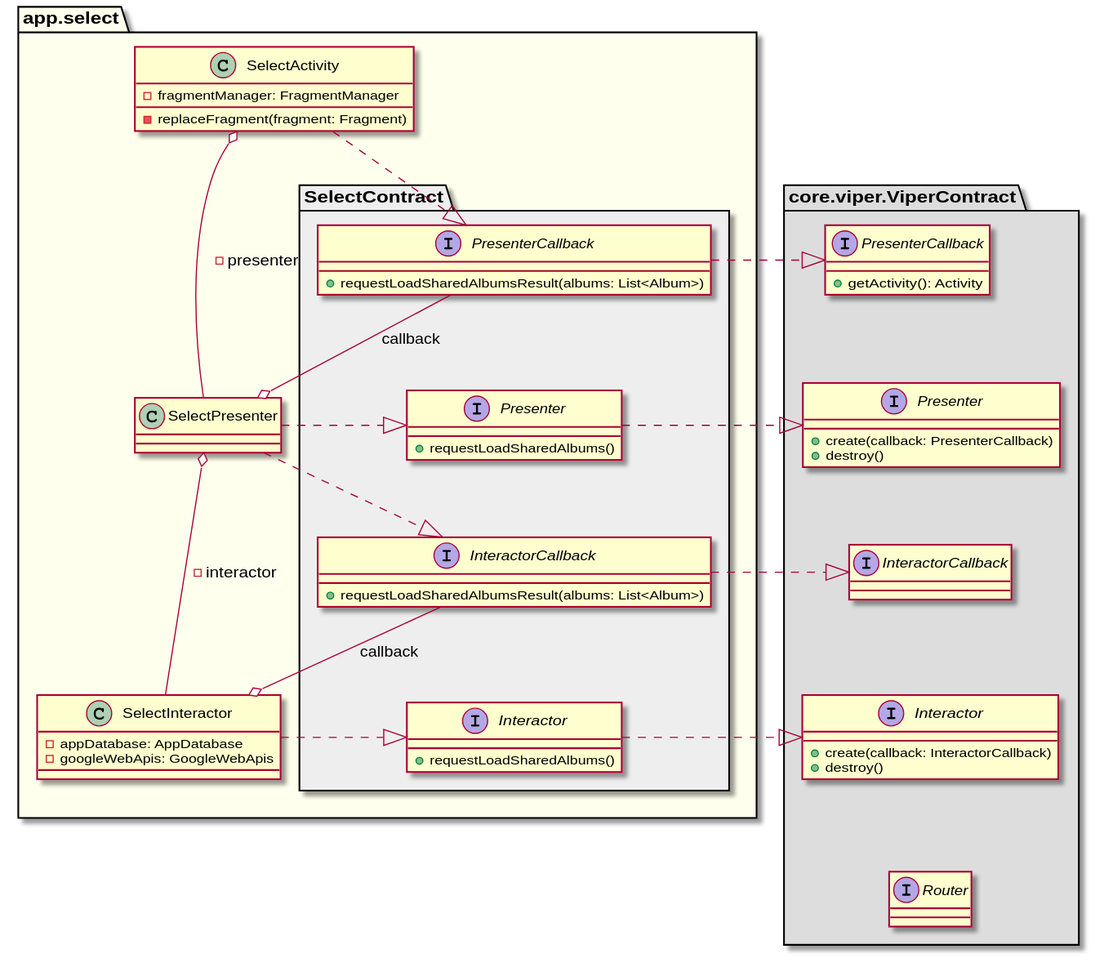
This is uml/select/class_diagram_select_viper.svg from sallyluenoa/PhotoSlideShow, a PlantUML export, as it was before one commit. The source it was exported from:
```plantuml
@startuml
namespace core.viper.ViperContract #DDDDDD {
  interface Presenter {
    + create(callback: PresenterCallback)
    + destroy()
  }
  interface PresenterCallback {
    + getActivity(): Activity
  }
  interface Interactor {
    + create(callback: InteractorCallback)
    + destroy()
  }
  interface InteractorCallback
  interface Router

  PresenterCallback -[hidden]-> Presenter
  Presenter -[hidden]-> InteractorCallback
  InteractorCallback -[hidden]-> Interactor
  Interactor -[hidden]-> Router
}

namespace app.select #FFFFEE {

  namespace app.select.SelectContract #EEEEEE {
    interface Presenter {
      + requestLoadSharedAlbums()
    }
    interface PresenterCallback {
      + requestLoadSharedAlbumsResult(albums: List<Album>)
    }
    interface Interactor {
      + requestLoadSharedAlbums()
    }
    interface InteractorCallback {
      + requestLoadSharedAlbumsResult(albums: List<Album>)
    }

    PresenterCallback -[hidden]-> Presenter
    Presenter -[hidden]-> InteractorCallback
    InteractorCallback -[hidden]-> Interactor
  }

  class SelectActivity {
    - fragmentManager: FragmentManager
    - replaceFragment(fragment: Fragment)
  }
  class SelectPresenter
  class SelectInteractor {
    - appDatabase: AppDatabase
    - googleWebApis: GoogleWebApis
  }

  SelectActivity o-down-- SelectPresenter: - presenter
  SelectPresenter o-down-- SelectInteractor: - interactor

  SelectPresenter .right.|> app.select.SelectContract.Presenter
  SelectInteractor .right.|> app.select.SelectContract.Interactor

  SelectPresenter o-up- app.select.SelectContract.PresenterCallback: - callback
  SelectInteractor o-up- app.select.SelectContract.InteractorCallback: - callback

  SelectActivity .down.|> app.select.SelectContract.PresenterCallback
  SelectPresenter .down.|> app.select.SelectContract.InteractorCallback
}

app.select.SelectContract.PresenterCallback .right.|> core.viper.ViperContract.PresenterCallback
app.select.SelectContract.Presenter .right.|> core.viper.ViperContract.Presenter
app.select.SelectContract.InteractorCallback .right.|> core.viper.ViperContract.InteractorCallback
app.select.SelectContract.Interactor .right.|> core.viper.ViperContract.Interactor
@enduml
```
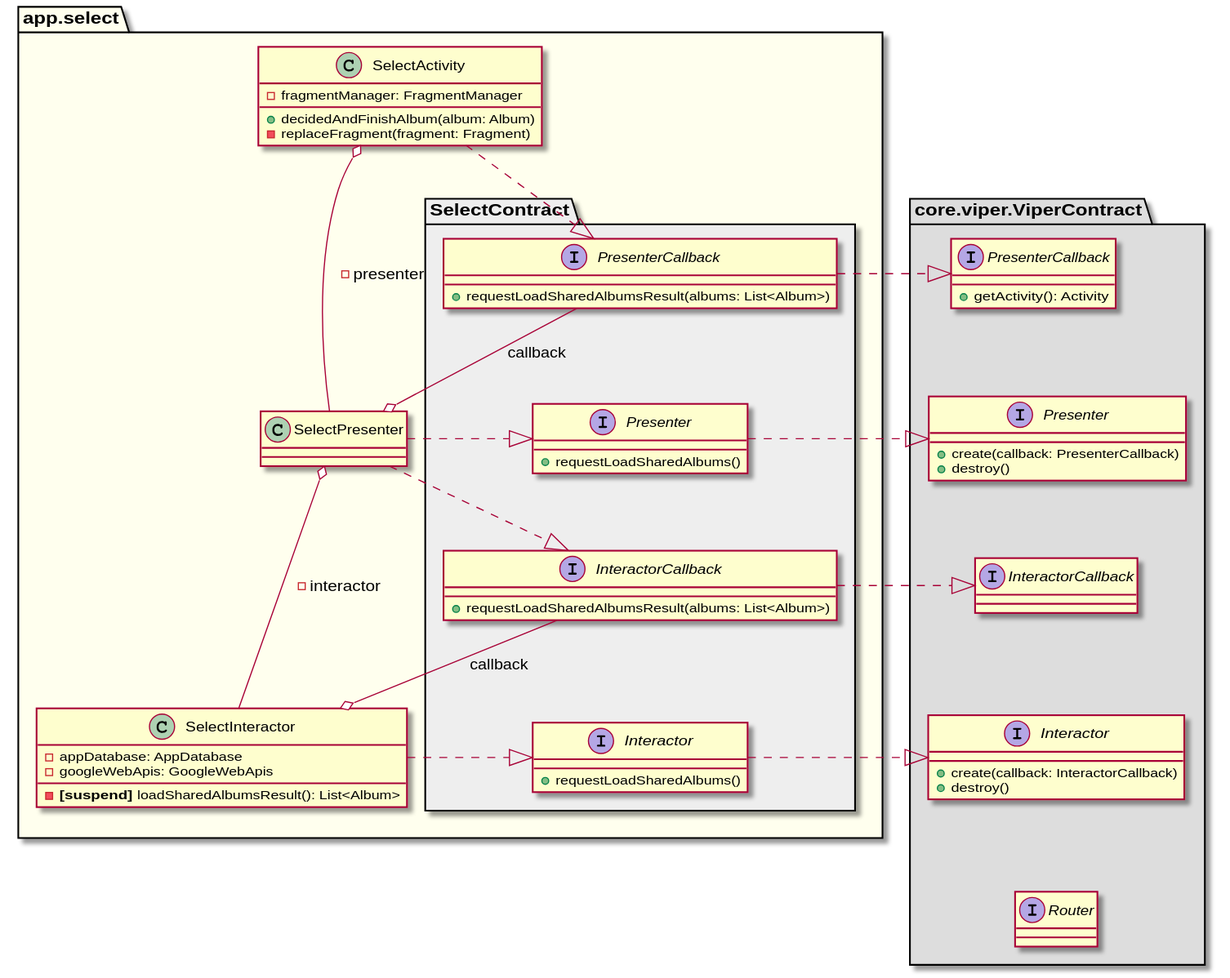
The same diagram one commit later.

Diff of the diagram source:
```diff
@@ -43,12 +43,14 @@
 
   class SelectActivity {
     - fragmentManager: FragmentManager
+    + decidedAndFinishAlbum(album: Album)
     - replaceFragment(fragment: Fragment)
   }
   class SelectPresenter
   class SelectInteractor {
     - appDatabase: AppDatabase
     - googleWebApis: GoogleWebApis
+    - <b>[suspend]</b> loadSharedAlbumsResult(): List<Album>
   }
 
   SelectActivity o-down-- SelectPresenter: - presenter
```
